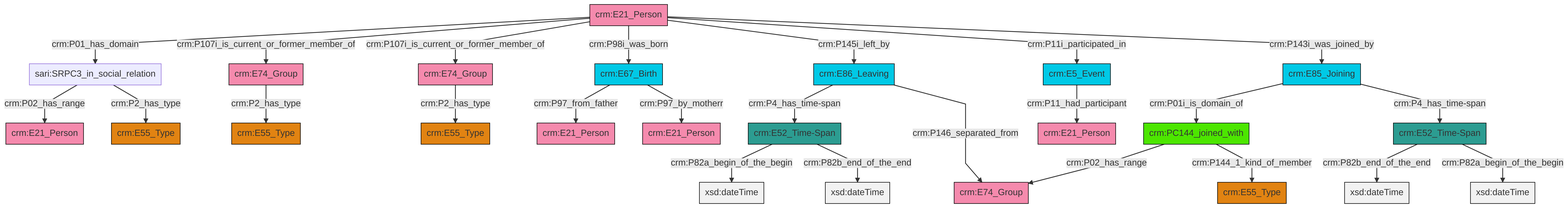
Above: et/personCSV/ttl/mmd/png/Person_Actor_Relations.png in swiss-art-research-net/docs.swissartresearch (Mermaid), before the change. Its source is kept beside it as et/personCSV/ttl/mmd/Person_Actor_Relations.ttl.mmd.
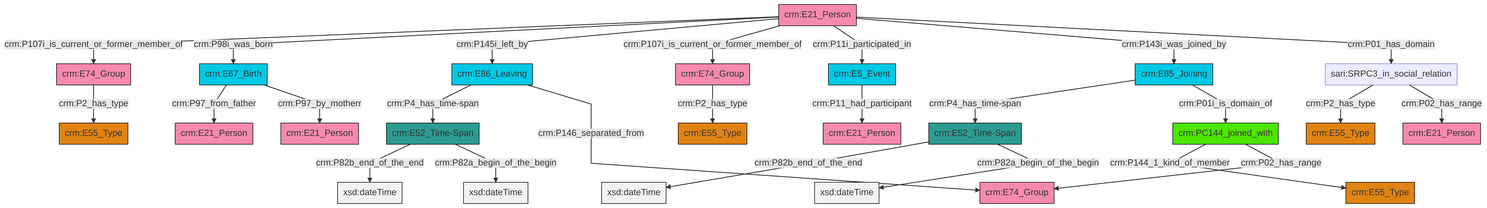
Above is the later version.

Diff of the diagram source:
```diff
@@ -13,27 +13,27 @@
 classDef PC_Classes fill:#4ce600, stroke:#000000;
 classDef Multi fill:#cccccc,stroke:#000000;
 
-0["crm:E21_Person"]:::Actor -->|crm:P01_has_domain| 1["sari:SRPC3_in_social_relation"]:::Default
-2["crm:E67_Birth"]:::Temporal_Entity -->|crm:P97_from_father| 3["crm:E21_Person"]:::Actor
-0["crm:E21_Person"]:::Actor -->|crm:P107i_is_current_or_former_member_of| 4["crm:E74_Group"]:::Actor
-5["crm:E5_Event"]:::Temporal_Entity -->|crm:P11_had_participant| 6["crm:E21_Person"]:::Actor
-11["crm:E52_Time-Span"]:::Time-Span -->|crm:P82a_begin_of_the_begin| 12[xsd:dateTime]:::Literal
-0["crm:E21_Person"]:::Actor -->|crm:P107i_is_current_or_former_member_of| 15["crm:E74_Group"]:::Actor
-11["crm:E52_Time-Span"]:::Time-Span -->|crm:P82b_end_of_the_end| 20[xsd:dateTime]:::Literal
-1["sari:SRPC3_in_social_relation"]:::Default -->|crm:P02_has_range| 21["crm:E21_Person"]:::Actor
-23["crm:E52_Time-Span"]:::Time-Span -->|crm:P82b_end_of_the_end| 24[xsd:dateTime]:::Literal
-13["crm:E85_Joining"]:::Temporal_Entity -->|crm:P01i_is_domain_of| 27["crm:PC144_joined_with"]:::PC_Classes
-0["crm:E21_Person"]:::Actor -->|crm:P98i_was_born| 2["crm:E67_Birth"]:::Temporal_Entity
-4["crm:E74_Group"]:::Actor -->|crm:P2_has_type| 28["crm:E55_Type"]:::Type
-29["crm:E86_Leaving"]:::Temporal_Entity -->|crm:P4_has_time-span| 11["crm:E52_Time-Span"]:::Time-Span
-27["crm:PC144_joined_with"]:::PC_Classes -->|crm:P02_has_range| 25["crm:E74_Group"]:::Actor
-15["crm:E74_Group"]:::Actor -->|crm:P2_has_type| 31["crm:E55_Type"]:::Type
-27["crm:PC144_joined_with"]:::PC_Classes -->|crm:P144_1_kind_of_member| 9["crm:E55_Type"]:::Type
-0["crm:E21_Person"]:::Actor -->|crm:P145i_left_by| 29["crm:E86_Leaving"]:::Temporal_Entity
-0["crm:E21_Person"]:::Actor -->|crm:P11i_participated_in| 5["crm:E5_Event"]:::Temporal_Entity
-13["crm:E85_Joining"]:::Temporal_Entity -->|crm:P4_has_time-span| 23["crm:E52_Time-Span"]:::Time-Span
-29["crm:E86_Leaving"]:::Temporal_Entity -->|crm:P146_separated_from| 25["crm:E74_Group"]:::Actor
-2["crm:E67_Birth"]:::Temporal_Entity -->|crm:P97_by_motherr| 7["crm:E21_Person"]:::Actor
-23["crm:E52_Time-Span"]:::Time-Span -->|crm:P82a_begin_of_the_begin| 42[xsd:dateTime]:::Literal
-0["crm:E21_Person"]:::Actor -->|crm:P143i_was_joined_by| 13["crm:E85_Joining"]:::Temporal_Entity
-1["sari:SRPC3_in_social_relation"]:::Default -->|crm:P2_has_type| 17["crm:E55_Type"]:::Type
+2["crm:PC144_joined_with"]:::PC_Classes -->|crm:P144_1_kind_of_member| 3["crm:E55_Type"]:::Type
+4["crm:E52_Time-Span"]:::Time-Span -->|crm:P82b_end_of_the_end| 5[xsd:dateTime]:::Literal
+8["crm:E67_Birth"]:::Temporal_Entity -->|crm:P97_from_father| 10["crm:E21_Person"]:::Actor
+4["crm:E52_Time-Span"]:::Time-Span -->|crm:P82a_begin_of_the_begin| 11[xsd:dateTime]:::Literal
+2["crm:PC144_joined_with"]:::PC_Classes -->|crm:P02_has_range| 12["crm:E74_Group"]:::Actor
+0["crm:E21_Person"]:::Actor -->|crm:P107i_is_current_or_former_member_of| 16["crm:E74_Group"]:::Actor
+0["crm:E21_Person"]:::Actor -->|crm:P98i_was_born| 8["crm:E67_Birth"]:::Temporal_Entity
+21["crm:E86_Leaving"]:::Temporal_Entity -->|crm:P4_has_time-span| 22["crm:E52_Time-Span"]:::Time-Span
+6["sari:SRPC3_in_social_relation"]:::Default -->|crm:P2_has_type| 17["crm:E55_Type"]:::Type
+0["crm:E21_Person"]:::Actor -->|crm:P145i_left_by| 21["crm:E86_Leaving"]:::Temporal_Entity
+22["crm:E52_Time-Span"]:::Time-Span -->|crm:P82b_end_of_the_end| 28[xsd:dateTime]:::Literal
+8["crm:E67_Birth"]:::Temporal_Entity -->|crm:P97_by_motherr| 24["crm:E21_Person"]:::Actor
+26["crm:E74_Group"]:::Actor -->|crm:P2_has_type| 29["crm:E55_Type"]:::Type
+30["crm:E85_Joining"]:::Temporal_Entity -->|crm:P4_has_time-span| 4["crm:E52_Time-Span"]:::Time-Span
+0["crm:E21_Person"]:::Actor -->|crm:P107i_is_current_or_former_member_of| 26["crm:E74_Group"]:::Actor
+30["crm:E85_Joining"]:::Temporal_Entity -->|crm:P01i_is_domain_of| 2["crm:PC144_joined_with"]:::PC_Classes
+0["crm:E21_Person"]:::Actor -->|crm:P11i_participated_in| 36["crm:E5_Event"]:::Temporal_Entity
+6["sari:SRPC3_in_social_relation"]:::Default -->|crm:P02_has_range| 31["crm:E21_Person"]:::Actor
+36["crm:E5_Event"]:::Temporal_Entity -->|crm:P11_had_participant| 38["crm:E21_Person"]:::Actor
+16["crm:E74_Group"]:::Actor -->|crm:P2_has_type| 14["crm:E55_Type"]:::Type
+21["crm:E86_Leaving"]:::Temporal_Entity -->|crm:P146_separated_from| 12["crm:E74_Group"]:::Actor
+22["crm:E52_Time-Span"]:::Time-Span -->|crm:P82a_begin_of_the_begin| 42[xsd:dateTime]:::Literal
+0["crm:E21_Person"]:::Actor -->|crm:P143i_was_joined_by| 30["crm:E85_Joining"]:::Temporal_Entity
+0["crm:E21_Person"]:::Actor -->|crm:P01_has_domain| 6["sari:SRPC3_in_social_relation"]:::Default
```
